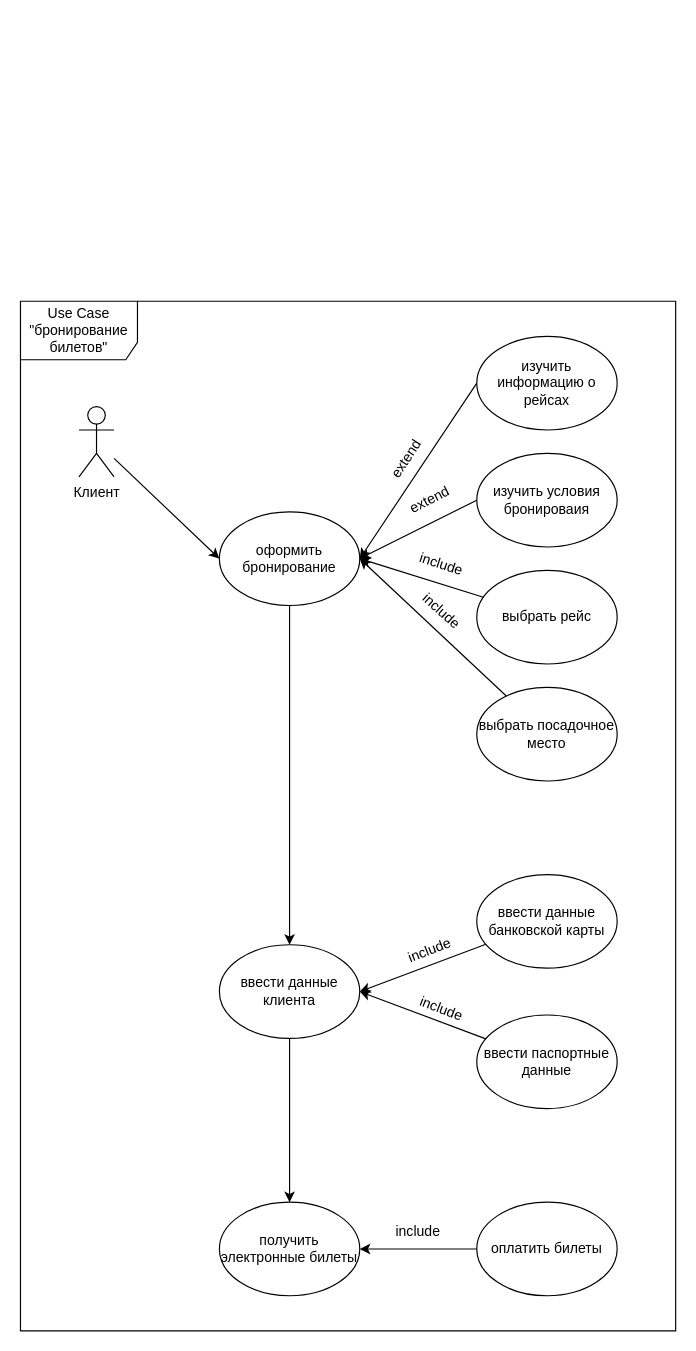
Jurwa1/coursework keeps this draw.io diagram as Диаграмма вариантов использования.drawio. Above is the earlier version. Source tidied: cells renumbered, new cells numbered last; positions are measured from the earlier drawing's top-left corner, leaving out a move shared by most shapes. Both pictures are drawn from the tidied source at 117%, with x=0, y=0 at pixel (20, 301).
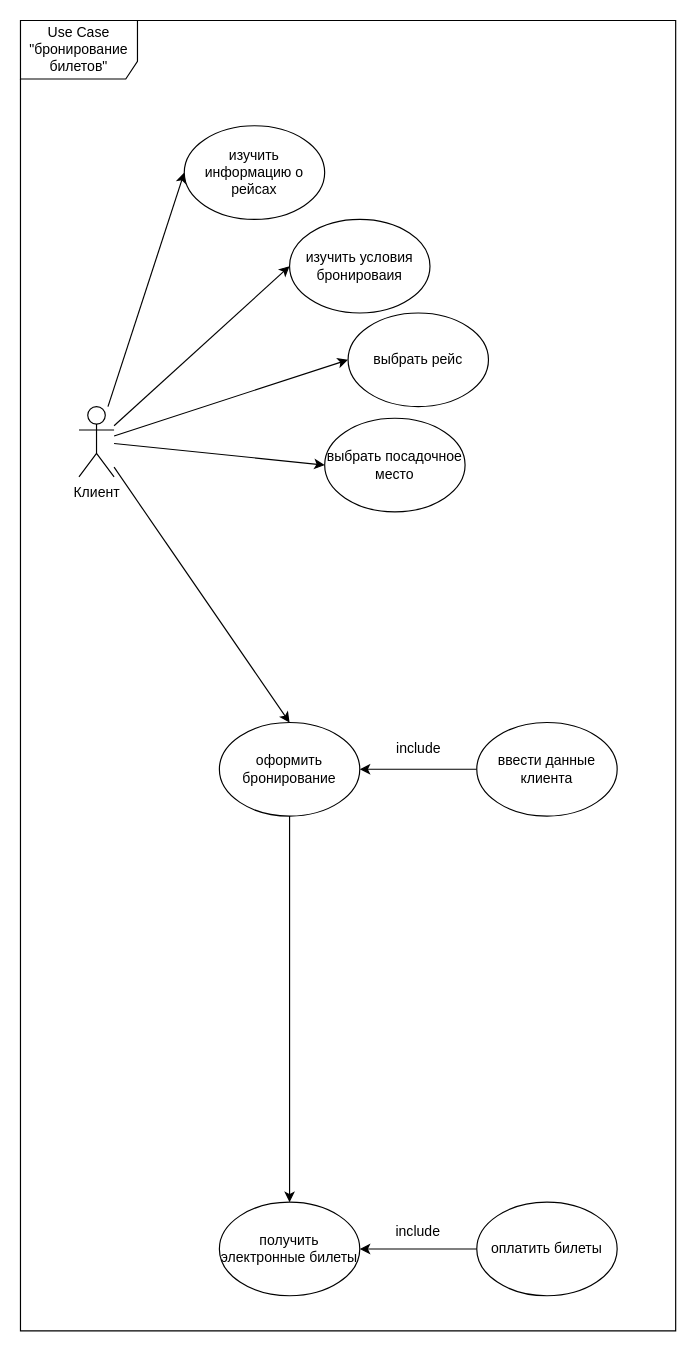
The same page after the edit.

Unchanged cells that the change refers to:
```xml
<mxCell id="3" value="Клиент" style="shape=umlActor;verticalLabelPosition=bottom;verticalAlign=top;html=1;outlineConnect=0;" parent="1" vertex="1">
  <mxGeometry x="50" y="90" width="30" height="60" as="geometry" />
</mxCell>
<mxCell id="16" value="получить электронные билеты" style="ellipse;whiteSpace=wrap;html=1;" parent="1" vertex="1">
  <mxGeometry x="170" y="770" width="120" height="80" as="geometry" />
</mxCell>
```

What changed in the source:
```diff
@@
-    <mxCell id="2" style="rounded=0;jettySize=auto;html=1;entryX=0;entryY=0.5;entryDx=0;entryDy=0;" parent="1" edge="1" source="3" target="5">
+    <mxCell id="2" style="rounded=0;jettySize=auto;html=1;entryX=0.5;entryY=0;entryDx=0;entryDy=0;" parent="1" edge="1" source="3" target="5">
       <mxGeometry relative="1" as="geometry" />
     </mxCell>
+    <mxCell id="31" style="rounded=0;jettySize=auto;html=1;entryX=0;entryY=0.5;entryDx=0;entryDy=0;" parent="1" edge="1" source="3" target="11">
+      <mxGeometry relative="1" as="geometry" />
+    </mxCell>
+    <mxCell id="32" style="rounded=0;jettySize=auto;html=1;entryX=0;entryY=0.5;entryDx=0;entryDy=0;" parent="1" edge="1" source="3" target="13">
+      <mxGeometry relative="1" as="geometry" />
+    </mxCell>
+    <mxCell id="33" style="rounded=0;jettySize=auto;html=1;entryX=0;entryY=0.5;entryDx=0;entryDy=0;" parent="1" edge="1" source="3" target="9">
+      <mxGeometry relative="1" as="geometry" />
+    </mxCell>
+    <mxCell id="34" style="rounded=0;jettySize=auto;html=1;entryX=0;entryY=0.5;entryDx=0;entryDy=0;" parent="1" edge="1" source="3" target="7">
+      <mxGeometry relative="1" as="geometry" />
+    </mxCell>
@@
-    <mxCell id="4" style="edgeStyle=orthogonalEdgeStyle;rounded=0;jettySize=auto;html=1;entryX=0.5;entryY=0;entryDx=0;entryDy=0;" parent="1" edge="1" source="5" target="15">
-      <mxGeometry relative="1" as="geometry" />
-    </mxCell>
     <mxCell id="5" value="оформить бронирование" style="ellipse;whiteSpace=wrap;html=1;" parent="1" vertex="1">
-      <mxGeometry x="170" y="180" width="120" height="80" as="geometry" />
+      <mxGeometry x="170" y="360" width="120" height="80" as="geometry" />
     </mxCell>
-    <mxCell id="6" style="rounded=0;jettySize=auto;html=1;exitX=0;exitY=0.5;exitDx=0;exitDy=0;entryX=1;entryY=0.5;entryDx=0;entryDy=0;" parent="1" edge="1" source="7" target="5">
-      <mxGeometry relative="1" as="geometry" />
-    </mxCell>
     <mxCell id="7" value="изучить информацию о рейсах" style="ellipse;whiteSpace=wrap;html=1;" parent="1" vertex="1">
-      <mxGeometry x="390" y="30" width="120" height="80" as="geometry" />
+      <mxGeometry x="140" y="-150" width="120" height="80" as="geometry" />
     </mxCell>
-    <mxCell id="8" style="rounded=0;jettySize=auto;html=1;exitX=0;exitY=0.5;exitDx=0;exitDy=0;entryX=1;entryY=0.5;entryDx=0;entryDy=0;" parent="1" edge="1" source="9" target="5">
-      <mxGeometry relative="1" as="geometry" />
-    </mxCell>
     <mxCell id="9" value="изучить условия бронироваия" style="ellipse;whiteSpace=wrap;html=1;" parent="1" vertex="1">
-      <mxGeometry x="390" y="130" width="120" height="80" as="geometry" />
+      <mxGeometry x="230" y="-70" width="120" height="80" as="geometry" />
     </mxCell>
-    <mxCell id="10" style="rounded=0;jettySize=auto;html=1;entryX=1;entryY=0.5;entryDx=0;entryDy=0;" parent="1" edge="1" source="11" target="5">
-      <mxGeometry relative="1" as="geometry" />
-    </mxCell>
     <mxCell id="11" value="выбрать рейс" style="ellipse;whiteSpace=wrap;html=1;" parent="1" vertex="1">
-      <mxGeometry x="390" y="230" width="120" height="80" as="geometry" />
+      <mxGeometry x="280" y="10" width="120" height="80" as="geometry" />
     </mxCell>
-    <mxCell id="12" style="rounded=0;jettySize=auto;html=1;entryX=1;entryY=0.5;entryDx=0;entryDy=0;" parent="1" edge="1" source="13" target="5">
-      <mxGeometry relative="1" as="geometry" />
-    </mxCell>
     <mxCell id="13" value="выбрать посадочное место" style="ellipse;whiteSpace=wrap;html=1;" parent="1" vertex="1">
-      <mxGeometry x="390" y="330" width="120" height="80" as="geometry" />
+      <mxGeometry x="260" y="100" width="120" height="80" as="geometry" />
     </mxCell>
-    <mxCell id="14" style="edgeStyle=orthogonalEdgeStyle;rounded=0;jettySize=auto;html=1;entryX=0.5;entryY=0;entryDx=0;entryDy=0;" parent="1" edge="1" source="15" target="16">
+    <mxCell id="14" style="edgeStyle=orthogonalEdgeStyle;rounded=0;jettySize=auto;html=1;entryX=0.5;entryY=0;entryDx=0;entryDy=0;exitX=0.5;exitY=1;exitDx=0;exitDy=0;" parent="1" edge="1" source="5" target="16">
       <mxGeometry relative="1" as="geometry" />
     </mxCell>
-    <mxCell id="15" value="ввести данные клиента" style="ellipse;whiteSpace=wrap;html=1;" parent="1" vertex="1">
-      <mxGeometry x="170" y="550" width="120" height="80" as="geometry" />
-    </mxCell>
@@
-    <mxCell id="17" style="rounded=0;jettySize=auto;html=1;entryX=1;entryY=0.5;entryDx=0;entryDy=0;" parent="1" edge="1" source="18" target="15">
-      <mxGeometry relative="1" as="geometry" />
-    </mxCell>
+    <mxCell id="35" style="edgeStyle=orthogonalEdgeStyle;rounded=0;jettySize=auto;html=1;entryX=1;entryY=0.5;entryDx=0;entryDy=0;" parent="1" edge="1" source="18" target="5">
+      <mxGeometry relative="1" as="geometry" />
+    </mxCell>
-    <mxCell id="18" value="ввести данные банковской карты" style="ellipse;whiteSpace=wrap;html=1;" parent="1" vertex="1">
-      <mxGeometry x="390" y="490" width="120" height="80" as="geometry" />
+    <mxCell id="18" value="ввести данные клиента" style="ellipse;whiteSpace=wrap;html=1;" parent="1" vertex="1">
+      <mxGeometry x="390" y="360" width="120" height="80" as="geometry" />
     </mxCell>
-    <mxCell id="19" style="rounded=0;jettySize=auto;html=1;entryX=1;entryY=0.5;entryDx=0;entryDy=0;" parent="1" edge="1" source="20" target="15">
-      <mxGeometry relative="1" as="geometry" />
-    </mxCell>
-    <mxCell id="20" value="ввести паспортные данные" style="ellipse;whiteSpace=wrap;html=1;" parent="1" vertex="1">
-      <mxGeometry x="390" y="610" width="120" height="80" as="geometry" />
-    </mxCell>
@@
-    <mxCell id="24" value="include" style="text;html=1;whiteSpace=wrap;strokeColor=none;fillColor=none;align=center;verticalAlign=middle;rounded=0;rotation=21;" parent="1" vertex="1">
-      <mxGeometry x="330" y="590" width="60" height="30" as="geometry" />
-    </mxCell>
-    <mxCell id="25" value="include" style="text;html=1;whiteSpace=wrap;strokeColor=none;fillColor=none;align=center;verticalAlign=middle;rounded=0;rotation=-21;" parent="1" vertex="1">
-      <mxGeometry x="320" y="540" width="60" height="30" as="geometry" />
-    </mxCell>
-    <mxCell id="26" value="include" style="text;html=1;whiteSpace=wrap;strokeColor=none;fillColor=none;align=center;verticalAlign=middle;rounded=0;rotation=42;" parent="1" vertex="1">
-      <mxGeometry x="330" y="250" width="60" height="30" as="geometry" />
-    </mxCell>
-    <mxCell id="27" value="include" style="text;html=1;whiteSpace=wrap;strokeColor=none;fillColor=none;align=center;verticalAlign=middle;rounded=0;rotation=18;" parent="1" vertex="1">
-      <mxGeometry x="330" y="210" width="60" height="30" as="geometry" />
-    </mxCell>
-    <mxCell id="28" value="extend" style="text;html=1;whiteSpace=wrap;strokeColor=none;fillColor=none;align=center;verticalAlign=middle;rounded=0;rotation=-27;" parent="1" vertex="1">
-      <mxGeometry x="320" y="155" width="60" height="30" as="geometry" />
-    </mxCell>
-    <mxCell id="29" value="extend" style="text;html=1;whiteSpace=wrap;strokeColor=none;fillColor=none;align=center;verticalAlign=middle;rounded=0;rotation=-57;" parent="1" vertex="1">
-      <mxGeometry x="300" y="120" width="60" height="30" as="geometry" />
-    </mxCell>
     <mxCell id="30" value="Use Case &quot;бронирование билетов&quot;" style="shape=umlFrame;whiteSpace=wrap;html=1;width=100;height=50;" parent="1" vertex="1">
-      <mxGeometry width="560" height="880" as="geometry" />
+      <mxGeometry y="-240" width="560" height="1120" as="geometry" />
     </mxCell>
+    <mxCell id="36" value="include" style="text;html=1;align=center;verticalAlign=middle;strokeColor=none;fillColor=none;" parent="1" vertex="1">
+      <mxGeometry x="310" y="368" width="60" height="30" as="geometry" />
+    </mxCell>
```
